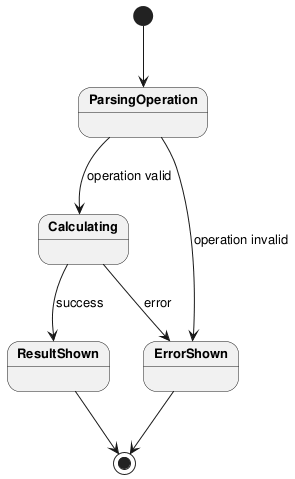
This is experiments/supervisor_as_tools/user_stories/calculator/artifacts/state_diagram_command.png from DanielRiha8906/Software_autoevolution_using_agents, a PlantUML export, as it was before one commit.
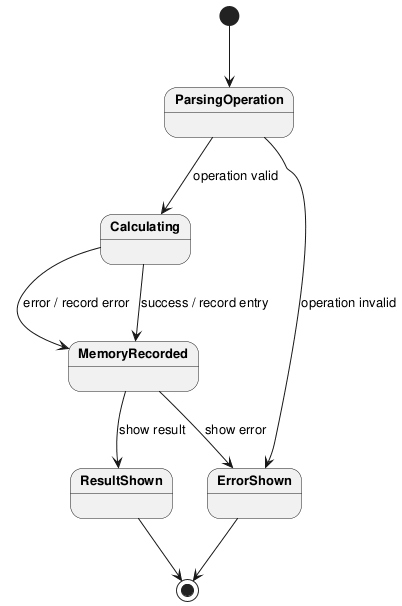
The same file after the commit.

What changed in the source:
```diff
@@ -10,8 +10,11 @@
 ParsingOperation --> Calculating : operation valid
 ParsingOperation --> ErrorShown : operation invalid
 
-Calculating --> ResultShown : success
-Calculating --> ErrorShown : error
+Calculating --> MemoryRecorded : success / record entry
+Calculating --> MemoryRecorded : error / record error
+
+MemoryRecorded --> ResultShown : show result
+MemoryRecorded --> ErrorShown : show error
 
 ResultShown --> [*]
 ErrorShown --> [*]
```
